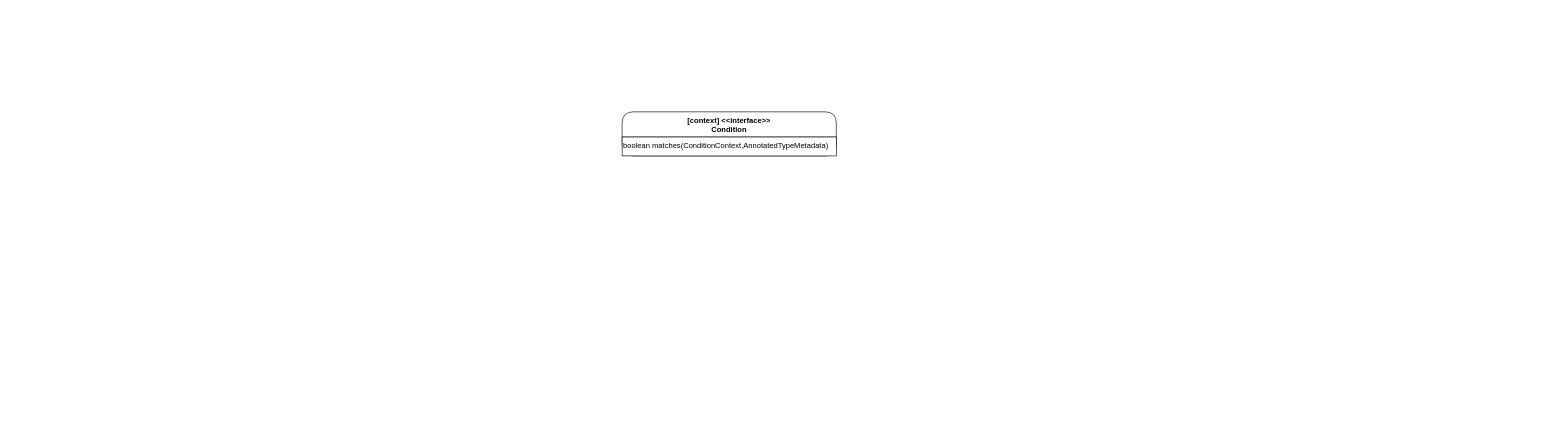
hello-world-example/Spring-Boot keeps this draw.io diagram as demo-spring-boot-draw/Spring-AutoConfiguration.drawio. Above is the earlier version. Source tidied: cells renumbered, new cells numbered last; positions are measured from the earlier drawing's top-left corner, leaving out a move shared by most shapes. Both pictures are drawn from the tidied source at 63%, with x=0, y=0 at pixel (622, 112).
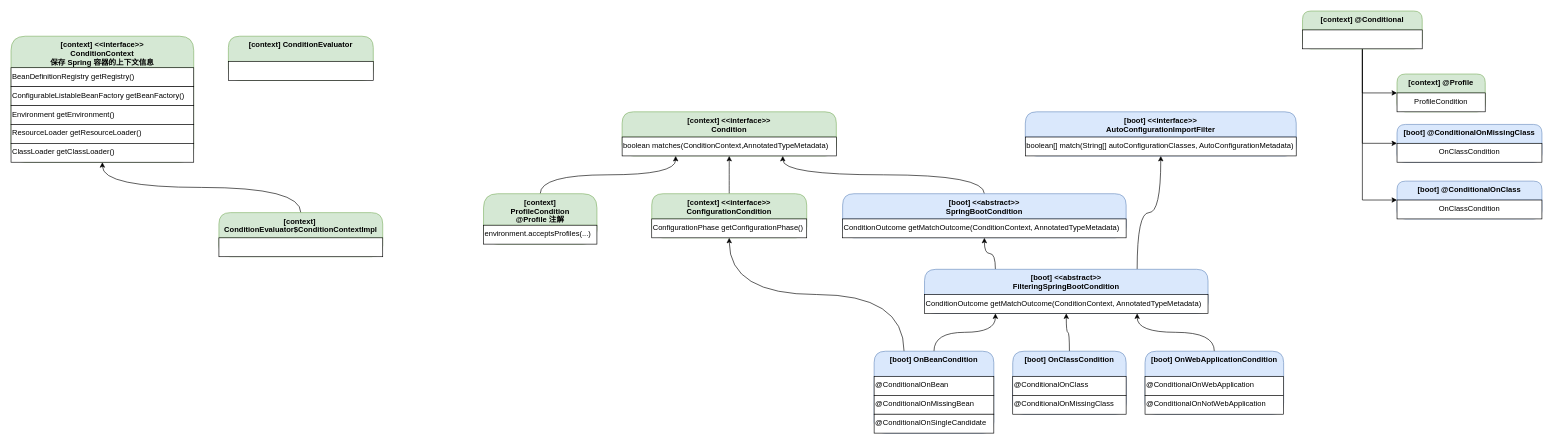
The same page after the edit.

What changed in the source:
```diff
@@
-    <mxCell id="2" value="[context] &lt;&lt;interface&gt;&gt;&#10;Condition" style="swimlane;fontStyle=1;align=center;verticalAlign=top;horizontal=1;startSize=40;rounded=1;shadow=0;glass=0;sketch=0;html=0;" parent="1" vertex="1">
+    <mxCell id="2" value="[context] &lt;&lt;interface&gt;&gt;&#10;Condition" style="swimlane;fontStyle=1;align=center;verticalAlign=top;horizontal=1;startSize=40;rounded=1;shadow=0;glass=0;sketch=0;html=0;fillColor=#d5e8d4;strokeColor=#82b366;" parent="1" vertex="1">
       <mxGeometry width="340" height="70" as="geometry" />
     </mxCell>
@@
+    <mxCell id="4" style="edgeStyle=orthogonalEdgeStyle;curved=1;rounded=0;jettySize=auto;html=1;exitX=0.5;exitY=0;exitDx=0;exitDy=0;entryX=0.5;entryY=1;entryDx=0;entryDy=0;" parent="1" edge="1" source="5" target="2">
+      <mxGeometry relative="1" as="geometry" />
+    </mxCell>
+    <mxCell id="5" value="[context] &lt;&lt;interface&gt;&gt;&#10;ConfigurationCondition" style="swimlane;fontStyle=1;align=center;verticalAlign=top;horizontal=1;startSize=40;rounded=1;shadow=0;glass=0;sketch=0;html=0;fillColor=#d5e8d4;strokeColor=#82b366;" parent="1" vertex="1">
+      <mxGeometry x="47" y="130" width="246" height="70" as="geometry" />
+    </mxCell>
+    <mxCell id="6" value="ConfigurationPhase getConfigurationPhase()" style="rounded=0;whiteSpace=wrap;shadow=0;glass=0;sketch=0;align=left;verticalAlign=top;" parent="5" vertex="1">
+      <mxGeometry y="40" width="246" height="30" as="geometry" />
+    </mxCell>
+    <mxCell id="7" style="edgeStyle=orthogonalEdgeStyle;rounded=0;jettySize=auto;html=1;exitX=0.5;exitY=0;exitDx=0;exitDy=0;entryX=0.25;entryY=1;entryDx=0;entryDy=0;curved=1;" parent="1" edge="1" source="8" target="2">
+      <mxGeometry relative="1" as="geometry" />
+    </mxCell>
+    <mxCell id="8" value="[context]&#10;ProfileCondition&#10;@Profile 注解" style="swimlane;fontStyle=1;align=center;verticalAlign=top;horizontal=1;startSize=50;rounded=1;shadow=0;glass=0;sketch=0;html=0;fillColor=#d5e8d4;strokeColor=#82b366;" parent="1" vertex="1">
+      <mxGeometry x="-220" y="130" width="180" height="80" as="geometry" />
+    </mxCell>
+    <mxCell id="9" value="environment.acceptsProfiles(...)" style="rounded=0;whiteSpace=wrap;shadow=0;glass=0;sketch=0;align=left;verticalAlign=top;" parent="8" vertex="1">
+      <mxGeometry y="50" width="180" height="30" as="geometry" />
+    </mxCell>
+    <mxCell id="10" style="edgeStyle=orthogonalEdgeStyle;curved=1;rounded=0;jettySize=auto;html=1;exitX=0.5;exitY=0;exitDx=0;exitDy=0;entryX=0.75;entryY=1;entryDx=0;entryDy=0;" parent="1" edge="1" source="11" target="2">
+      <mxGeometry relative="1" as="geometry" />
+    </mxCell>
+    <mxCell id="11" value="[boot] &lt;&lt;abstract&gt;&gt;&#10;SpringBootCondition" style="swimlane;fontStyle=1;align=center;verticalAlign=top;horizontal=1;startSize=40;rounded=1;shadow=0;glass=0;sketch=0;html=0;fillColor=#dae8fc;strokeColor=#6c8ebf;" parent="1" vertex="1">
+      <mxGeometry x="350" y="130" width="450" height="70" as="geometry" />
+    </mxCell>
+    <mxCell id="12" value="ConditionOutcome getMatchOutcome(ConditionContext, AnnotatedTypeMetadata)" style="rounded=0;whiteSpace=wrap;shadow=0;glass=0;sketch=0;align=left;verticalAlign=top;" parent="11" vertex="1">
+      <mxGeometry y="40" width="450" height="30" as="geometry" />
+    </mxCell>
+    <mxCell id="13" style="edgeStyle=orthogonalEdgeStyle;rounded=0;jettySize=auto;html=1;exitX=0.5;exitY=1;exitDx=0;exitDy=0;entryX=0;entryY=0.5;entryDx=0;entryDy=0;" parent="1" edge="1" source="16" target="18">
+      <mxGeometry relative="1" as="geometry" />
+    </mxCell>
+    <mxCell id="14" style="edgeStyle=orthogonalEdgeStyle;rounded=0;jettySize=auto;html=1;exitX=0.5;exitY=1;exitDx=0;exitDy=0;entryX=0;entryY=0.5;entryDx=0;entryDy=0;" parent="1" edge="1" source="16" target="20">
+      <mxGeometry relative="1" as="geometry" />
+    </mxCell>
+    <mxCell id="15" style="edgeStyle=orthogonalEdgeStyle;rounded=0;jettySize=auto;html=1;exitX=0.5;exitY=1;exitDx=0;exitDy=0;entryX=0;entryY=0.5;entryDx=0;entryDy=0;" parent="1" edge="1" source="16" target="22">
+      <mxGeometry relative="1" as="geometry" />
+    </mxCell>
+    <mxCell id="16" value="[context] @Conditional" style="swimlane;fontStyle=1;align=center;verticalAlign=top;horizontal=1;startSize=30;rounded=1;shadow=0;glass=0;sketch=0;html=0;fillColor=#d5e8d4;strokeColor=#82b366;" parent="1" vertex="1">
+      <mxGeometry x="1080" y="-160" width="190" height="60" as="geometry" />
+    </mxCell>
+    <mxCell id="17" style="rounded=0;whiteSpace=wrap;shadow=0;glass=0;sketch=0;align=left;verticalAlign=top;" parent="16" vertex="1">
+      <mxGeometry y="30" width="190" height="30" as="geometry" />
+    </mxCell>
+    <mxCell id="18" value="[context] @Profile" style="swimlane;fontStyle=1;align=center;verticalAlign=top;horizontal=1;startSize=30;rounded=1;shadow=0;glass=0;sketch=0;html=0;fillColor=#d5e8d4;strokeColor=#82b366;" parent="1" vertex="1">
+      <mxGeometry x="1230" y="-60" width="140" height="60" as="geometry" />
+    </mxCell>
+    <mxCell id="19" value="ProfileCondition" style="rounded=0;whiteSpace=wrap;shadow=0;glass=0;sketch=0;align=center;verticalAlign=top;" parent="18" vertex="1">
+      <mxGeometry y="30" width="140" height="30" as="geometry" />
+    </mxCell>
+    <mxCell id="20" value="[boot] @ConditionalOnMissingClass" style="swimlane;fontStyle=1;align=center;verticalAlign=top;horizontal=1;startSize=30;rounded=1;shadow=0;glass=0;sketch=0;html=0;fillColor=#dae8fc;strokeColor=#6c8ebf;" parent="1" vertex="1">
+      <mxGeometry x="1230" y="20" width="230" height="60" as="geometry" />
+    </mxCell>
+    <mxCell id="21" value="OnClassCondition" style="rounded=0;whiteSpace=wrap;shadow=0;glass=0;sketch=0;align=center;verticalAlign=top;" parent="20" vertex="1">
+      <mxGeometry y="30" width="230" height="30" as="geometry" />
+    </mxCell>
+    <mxCell id="22" value="[boot] @ConditionalOnClass" style="swimlane;fontStyle=1;align=center;verticalAlign=top;horizontal=1;startSize=30;rounded=1;shadow=0;glass=0;sketch=0;html=0;fillColor=#dae8fc;strokeColor=#6c8ebf;" parent="1" vertex="1">
+      <mxGeometry x="1230" y="110" width="230" height="60" as="geometry" />
+    </mxCell>
+    <mxCell id="23" value="OnClassCondition" style="rounded=0;whiteSpace=wrap;shadow=0;glass=0;sketch=0;align=center;verticalAlign=top;" parent="22" vertex="1">
+      <mxGeometry y="30" width="230" height="30" as="geometry" />
+    </mxCell>
+    <mxCell id="24" style="edgeStyle=orthogonalEdgeStyle;rounded=0;jettySize=auto;html=1;exitX=0.75;exitY=0;exitDx=0;exitDy=0;entryX=0.5;entryY=1;entryDx=0;entryDy=0;curved=1;" parent="1" edge="1" source="28" target="26">
+      <mxGeometry relative="1" as="geometry" />
+    </mxCell>
+    <mxCell id="25" style="edgeStyle=orthogonalEdgeStyle;curved=1;rounded=0;jettySize=auto;html=1;exitX=0.25;exitY=0;exitDx=0;exitDy=0;entryX=0.5;entryY=1;entryDx=0;entryDy=0;" parent="1" edge="1" source="28" target="11">
+      <mxGeometry relative="1" as="geometry" />
+    </mxCell>
+    <mxCell id="26" value="[boot] &lt;&lt;interface&gt;&gt;&#10;AutoConfigurationImportFilter" style="swimlane;fontStyle=1;align=center;verticalAlign=top;horizontal=1;startSize=40;rounded=1;shadow=0;glass=0;sketch=0;html=0;fillColor=#dae8fc;strokeColor=#6c8ebf;" parent="1" vertex="1">
+      <mxGeometry x="640" width="430" height="70" as="geometry" />
+    </mxCell>
+    <mxCell id="27" value="boolean[] match(String[] autoConfigurationClasses, AutoConfigurationMetadata)" style="rounded=0;whiteSpace=wrap;shadow=0;glass=0;sketch=0;align=left;verticalAlign=top;" parent="26" vertex="1">
+      <mxGeometry y="40" width="430" height="30" as="geometry" />
+    </mxCell>
+    <mxCell id="28" value="[boot] &lt;&lt;abstract&gt;&gt;&#10;FilteringSpringBootCondition" style="swimlane;fontStyle=1;align=center;verticalAlign=top;horizontal=1;startSize=40;rounded=1;shadow=0;glass=0;sketch=0;html=0;fillColor=#dae8fc;strokeColor=#6c8ebf;" parent="1" vertex="1">
+      <mxGeometry x="480" y="250" width="450" height="70" as="geometry" />
+    </mxCell>
+    <mxCell id="29" value="ConditionOutcome getMatchOutcome(ConditionContext, AnnotatedTypeMetadata)" style="rounded=0;whiteSpace=wrap;shadow=0;glass=0;sketch=0;align=left;verticalAlign=top;" parent="28" vertex="1">
+      <mxGeometry y="40" width="450" height="30" as="geometry" />
+    </mxCell>
+    <mxCell id="30" style="edgeStyle=orthogonalEdgeStyle;curved=1;rounded=0;jettySize=auto;html=1;exitX=0.5;exitY=0;exitDx=0;exitDy=0;entryX=0.25;entryY=1;entryDx=0;entryDy=0;" parent="1" edge="1" source="40" target="28">
+      <mxGeometry relative="1" as="geometry" />
+    </mxCell>
+    <mxCell id="31" style="edgeStyle=orthogonalEdgeStyle;curved=1;rounded=0;jettySize=auto;html=1;exitX=0.25;exitY=0;exitDx=0;exitDy=0;entryX=0.5;entryY=1;entryDx=0;entryDy=0;" parent="1" edge="1" source="40" target="5">
+      <mxGeometry relative="1" as="geometry" />
+    </mxCell>
+    <mxCell id="32" style="edgeStyle=orthogonalEdgeStyle;curved=1;rounded=0;jettySize=auto;html=1;exitX=0.5;exitY=0;exitDx=0;exitDy=0;entryX=0.75;entryY=1;entryDx=0;entryDy=0;" parent="1" edge="1" source="33" target="28">
+      <mxGeometry relative="1" as="geometry" />
+    </mxCell>
+    <mxCell id="33" value="[boot] OnWebApplicationCondition" style="swimlane;fontStyle=1;align=center;verticalAlign=top;horizontal=1;startSize=40;rounded=1;shadow=0;glass=0;sketch=0;html=0;flipH=0;fillColor=#dae8fc;strokeColor=#6c8ebf;" parent="1" vertex="1">
+      <mxGeometry x="830" y="380" width="220" height="100" as="geometry" />
+    </mxCell>
+    <mxCell id="34" value="@ConditionalOnWebApplication" style="rounded=0;whiteSpace=wrap;shadow=0;glass=0;sketch=0;align=left;verticalAlign=top;" parent="33" vertex="1">
+      <mxGeometry y="40" width="220" height="30" as="geometry" />
+    </mxCell>
+    <mxCell id="35" value="@ConditionalOnNotWebApplication" style="rounded=0;whiteSpace=wrap;shadow=0;glass=0;sketch=0;align=left;verticalAlign=top;" parent="33" vertex="1">
+      <mxGeometry y="70" width="220" height="30" as="geometry" />
+    </mxCell>
+    <mxCell id="36" style="edgeStyle=orthogonalEdgeStyle;curved=1;rounded=0;jettySize=auto;html=1;exitX=0.5;exitY=0;exitDx=0;exitDy=0;entryX=0.5;entryY=1;entryDx=0;entryDy=0;" parent="1" edge="1" source="37" target="28">
+      <mxGeometry relative="1" as="geometry" />
+    </mxCell>
+    <mxCell id="37" value="[boot] OnClassCondition" style="swimlane;fontStyle=1;align=center;verticalAlign=top;horizontal=1;startSize=40;rounded=1;shadow=0;glass=0;sketch=0;html=0;flipH=0;fillColor=#dae8fc;strokeColor=#6c8ebf;" parent="1" vertex="1">
+      <mxGeometry x="620" y="380" width="180" height="100" as="geometry" />
+    </mxCell>
+    <mxCell id="38" value="@ConditionalOnClass" style="rounded=0;whiteSpace=wrap;shadow=0;glass=0;sketch=0;align=left;verticalAlign=top;" parent="37" vertex="1">
+      <mxGeometry y="40" width="180" height="30" as="geometry" />
+    </mxCell>
+    <mxCell id="39" value="@ConditionalOnMissingClass" style="rounded=0;whiteSpace=wrap;shadow=0;glass=0;sketch=0;align=left;verticalAlign=top;" parent="37" vertex="1">
+      <mxGeometry y="70" width="180" height="30" as="geometry" />
+    </mxCell>
+    <mxCell id="40" value="[boot] OnBeanCondition" style="swimlane;fontStyle=1;align=center;verticalAlign=top;horizontal=1;startSize=40;rounded=1;shadow=0;glass=0;sketch=0;html=0;flipH=0;fillColor=#dae8fc;strokeColor=#6c8ebf;" parent="1" vertex="1">
+      <mxGeometry x="400" y="380" width="190" height="130" as="geometry" />
+    </mxCell>
+    <mxCell id="41" value="@ConditionalOnBean" style="rounded=0;whiteSpace=wrap;shadow=0;glass=0;sketch=0;align=left;verticalAlign=top;" parent="40" vertex="1">
+      <mxGeometry y="40" width="190" height="30" as="geometry" />
+    </mxCell>
+    <mxCell id="42" value="@ConditionalOnMissingBean" style="rounded=0;whiteSpace=wrap;shadow=0;glass=0;sketch=0;align=left;verticalAlign=top;" parent="40" vertex="1">
+      <mxGeometry y="70" width="190" height="30" as="geometry" />
+    </mxCell>
+    <mxCell id="43" value="@ConditionalOnSingleCandidate" style="rounded=0;whiteSpace=wrap;shadow=0;glass=0;sketch=0;align=left;verticalAlign=top;" parent="40" vertex="1">
+      <mxGeometry y="100" width="190" height="30" as="geometry" />
+    </mxCell>
+    <mxCell id="44" value="[context] &lt;&lt;interface&gt;&gt;&#10;ConditionContext&#10;保存 Spring 容器的上下文信息" style="swimlane;fontStyle=1;align=center;verticalAlign=top;horizontal=1;startSize=50;rounded=1;shadow=0;glass=0;sketch=0;html=0;fillColor=#d5e8d4;strokeColor=#82b366;" parent="1" vertex="1">
+      <mxGeometry x="-970" y="-120" width="290" height="200" as="geometry" />
+    </mxCell>
+    <mxCell id="45" value="BeanDefinitionRegistry getRegistry()" style="rounded=0;whiteSpace=wrap;shadow=0;glass=0;sketch=0;align=left;verticalAlign=top;" parent="44" vertex="1">
+      <mxGeometry y="50" width="290" height="30" as="geometry" />
+    </mxCell>
+    <mxCell id="46" value="ConfigurableListableBeanFactory getBeanFactory()" style="rounded=0;whiteSpace=wrap;shadow=0;glass=0;sketch=0;align=left;verticalAlign=top;" parent="44" vertex="1">
+      <mxGeometry y="80" width="290" height="30" as="geometry" />
+    </mxCell>
+    <mxCell id="47" value="Environment getEnvironment()" style="rounded=0;whiteSpace=wrap;shadow=0;glass=0;sketch=0;align=left;verticalAlign=top;" parent="44" vertex="1">
+      <mxGeometry y="110" width="290" height="30" as="geometry" />
+    </mxCell>
+    <mxCell id="48" value="ResourceLoader getResourceLoader()" style="rounded=0;whiteSpace=wrap;shadow=0;glass=0;sketch=0;align=left;verticalAlign=top;" parent="44" vertex="1">
+      <mxGeometry y="140" width="290" height="30" as="geometry" />
+    </mxCell>
+    <mxCell id="49" value="ClassLoader getClassLoader()" style="rounded=0;whiteSpace=wrap;shadow=0;glass=0;sketch=0;align=left;verticalAlign=top;" parent="44" vertex="1">
+      <mxGeometry y="170" width="290" height="30" as="geometry" />
+    </mxCell>
+    <mxCell id="50" style="edgeStyle=orthogonalEdgeStyle;curved=1;rounded=0;jettySize=auto;html=1;exitX=0.5;exitY=0;exitDx=0;exitDy=0;entryX=0.5;entryY=1;entryDx=0;entryDy=0;" parent="1" edge="1" source="53" target="44">
+      <mxGeometry relative="1" as="geometry" />
+    </mxCell>
+    <mxCell id="51" value="[context] ConditionEvaluator&#10;" style="swimlane;fontStyle=1;align=center;verticalAlign=top;horizontal=1;startSize=40;rounded=1;shadow=0;glass=0;sketch=0;html=0;fillColor=#d5e8d4;strokeColor=#82b366;" parent="1" vertex="1">
+      <mxGeometry x="-625" y="-120" width="230" height="70" as="geometry" />
+    </mxCell>
+    <mxCell id="52" style="rounded=0;whiteSpace=wrap;shadow=0;glass=0;sketch=0;align=left;verticalAlign=top;" parent="51" vertex="1">
+      <mxGeometry y="40" width="230" height="30" as="geometry" />
+    </mxCell>
+    <mxCell id="53" value="[context] &#10;ConditionEvaluator$ConditionContextImpl&#10;" style="swimlane;fontStyle=1;align=center;verticalAlign=top;horizontal=1;startSize=40;rounded=1;shadow=0;glass=0;sketch=0;html=0;fillColor=#d5e8d4;strokeColor=#82b366;" parent="1" vertex="1">
+      <mxGeometry x="-640" y="160" width="260" height="70" as="geometry" />
+    </mxCell>
+    <mxCell id="54" style="rounded=0;whiteSpace=wrap;shadow=0;glass=0;sketch=0;align=left;verticalAlign=top;" parent="53" vertex="1">
+      <mxGeometry y="40" width="260" height="30" as="geometry" />
+    </mxCell>
```
